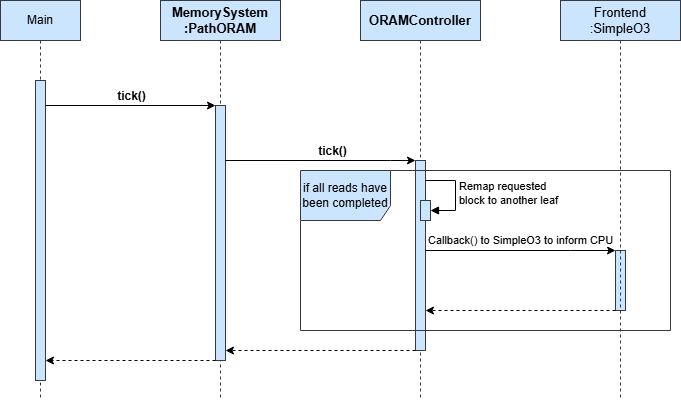
Earlier version of the draw.io export diagrams/SD_PathORAM_ProcessRequest_ReadingDone.drawio.png (emanueledim/ramulator2_pathoram). Source tidied: cells renumbered, new cells last; positions are measured from the earlier drawing's top-left corner, leaving out a move shared by most shapes. Its diagram source:
```xml
<mxGraphModel>
  <root>
    <mxCell id="0" />
    <mxCell id="1" parent="0" />
    <mxCell id="2" value="Main" style="shape=umlLifeline;perimeter=lifelinePerimeter;whiteSpace=wrap;html=1;newEdgeStyle={&quot;curved&quot;:0,&quot;rounded&quot;:0};fillColor=#cce5ff;strokeColor=#36393d;" parent="1" vertex="1">
      <mxGeometry width="80" height="400" as="geometry" />
    </mxCell>
    <mxCell id="3" style="html=1;points=[[0,0,0,0,5],[0,1,0,0,-5],[1,0,0,0,5],[1,1,0,0,-5]];perimeter=orthogonalPerimeter;outlineConnect=0;targetShapes=umlLifeline;portConstraint=eastwest;newEdgeStyle={&quot;curved&quot;:0,&quot;rounded&quot;:0};fillColor=#cce5ff;strokeColor=#36393d;fontSize=13;" parent="2" vertex="1">
      <mxGeometry x="35" y="80" width="10" height="300" as="geometry" />
    </mxCell>
    <mxCell id="4" value="MemorySystem&lt;br&gt;:PathORAM" style="shape=umlLifeline;perimeter=lifelinePerimeter;whiteSpace=wrap;html=1;newEdgeStyle={&quot;curved&quot;:0,&quot;rounded&quot;:0};fillColor=#cce5ff;strokeColor=#36393d;fontSize=13;fontStyle=1;" parent="1" vertex="1">
      <mxGeometry x="160" width="120" height="400" as="geometry" />
    </mxCell>
    <mxCell id="5" style="html=1;points=[[0,0,0,0,5],[0,1,0,0,-5],[1,0,0,0,5],[1,1,0,0,-5]];perimeter=orthogonalPerimeter;outlineConnect=0;targetShapes=umlLifeline;portConstraint=eastwest;newEdgeStyle={&quot;curved&quot;:0,&quot;rounded&quot;:0};fillColor=#cce5ff;strokeColor=#36393d;fontSize=13;" parent="4" vertex="1">
      <mxGeometry x="55" y="105" width="10" height="255" as="geometry" />
    </mxCell>
    <mxCell id="6" style="edgeStyle=orthogonalEdgeStyle;rounded=0;orthogonalLoop=1;jettySize=auto;html=1;curved=0;fontSize=13;entryX=0;entryY=0;entryDx=0;entryDy=5;entryPerimeter=0;" parent="1" edge="1">
      <mxGeometry relative="1" as="geometry">
        <mxPoint x="45" y="105" as="sourcePoint" />
        <mxPoint x="215" y="105" as="targetPoint" />
      </mxGeometry>
    </mxCell>
    <mxCell id="7" value="tick()" style="edgeLabel;html=1;align=center;verticalAlign=middle;fontSize=12;fontStyle=1;" parent="6" vertex="1">
      <mxGeometry x="-0.22" y="1" relative="1" as="geometry">
        <mxPoint x="19" y="-9" as="offset" />
      </mxGeometry>
    </mxCell>
    <mxCell id="8" value="ORAMController" style="shape=umlLifeline;perimeter=lifelinePerimeter;whiteSpace=wrap;html=1;newEdgeStyle={&quot;curved&quot;:0,&quot;rounded&quot;:0};fillColor=#cce5ff;strokeColor=#36393d;fontSize=13;fontStyle=1;" parent="1" vertex="1">
      <mxGeometry x="360" width="120" height="400" as="geometry" />
    </mxCell>
    <mxCell id="9" style="html=1;points=[[0,0,0,0,5],[0,1,0,0,-5],[1,0,0,0,5],[1,1,0,0,-5]];perimeter=orthogonalPerimeter;outlineConnect=0;targetShapes=umlLifeline;portConstraint=eastwest;newEdgeStyle={&quot;curved&quot;:0,&quot;rounded&quot;:0};fillColor=#cce5ff;strokeColor=#36393d;fontSize=13;" parent="8" vertex="1">
      <mxGeometry x="55" y="160" width="10" height="190" as="geometry" />
    </mxCell>
    <mxCell id="10" style="html=1;points=[[0,0,0,0,5],[0,1,0,0,-5],[1,0,0,0,5],[1,1,0,0,-5]];perimeter=orthogonalPerimeter;outlineConnect=0;targetShapes=umlLifeline;portConstraint=eastwest;newEdgeStyle={&quot;curved&quot;:0,&quot;rounded&quot;:0};fillColor=#cce5ff;strokeColor=#36393d;" parent="8" vertex="1">
      <mxGeometry x="60" y="200" width="10" height="20" as="geometry" />
    </mxCell>
    <mxCell id="11" value="Remap requested&lt;br&gt;block to another leaf" style="html=1;align=left;spacingLeft=2;endArrow=block;rounded=0;edgeStyle=orthogonalEdgeStyle;curved=0;rounded=0;" parent="8" edge="1" target="10">
      <mxGeometry relative="1" as="geometry">
        <mxPoint x="65" y="180" as="sourcePoint" />
        <Array as="points">
          <mxPoint x="95" y="210" />
        </Array>
      </mxGeometry>
    </mxCell>
    <mxCell id="12" style="edgeStyle=orthogonalEdgeStyle;rounded=0;jettySize=auto;html=1;curved=0;fontSize=13;" parent="8" edge="1" target="9">
      <mxGeometry relative="1" as="geometry">
        <mxPoint x="-135" y="160" as="sourcePoint" />
        <Array as="points">
          <mxPoint x="30" y="160" />
          <mxPoint x="30" y="160" />
        </Array>
      </mxGeometry>
    </mxCell>
    <mxCell id="13" value="tick()" style="edgeLabel;html=1;align=center;verticalAlign=middle;fontSize=12;fontStyle=1;" parent="12" vertex="1">
      <mxGeometry x="-0.19" y="1" relative="1" as="geometry">
        <mxPoint x="29" y="-9" as="offset" />
      </mxGeometry>
    </mxCell>
    <mxCell id="14" style="edgeStyle=orthogonalEdgeStyle;rounded=0;jettySize=auto;html=1;curved=0;dashed=1;" parent="8" edge="1" source="9">
      <mxGeometry relative="1" as="geometry">
        <mxPoint x="-135" y="350" as="targetPoint" />
        <Array as="points">
          <mxPoint x="-40" y="350" />
          <mxPoint x="-40" y="350" />
        </Array>
      </mxGeometry>
    </mxCell>
    <mxCell id="15" value="if all reads have been completed" style="shape=umlFrame;whiteSpace=wrap;html=1;width=90;height=50;fillColor=#cce5ff;strokeColor=#36393d;" parent="8" vertex="1">
      <mxGeometry x="-60" y="170" width="370" height="160" as="geometry" />
    </mxCell>
    <mxCell id="16" style="html=1;points=[[0,0,0,0,5],[0,1,0,0,-5],[1,0,0,0,5],[1,1,0,0,-5]];perimeter=orthogonalPerimeter;outlineConnect=0;targetShapes=umlLifeline;portConstraint=eastwest;newEdgeStyle={&quot;curved&quot;:0,&quot;rounded&quot;:0};fillColor=#cce5ff;strokeColor=#36393d;" parent="8" vertex="1">
      <mxGeometry x="255" y="250" width="10" height="60" as="geometry" />
    </mxCell>
    <mxCell id="17" value="Callback() to SimpleO3 to inform CPU" style="edgeStyle=orthogonalEdgeStyle;rounded=0;jettySize=auto;html=1;curved=0;" parent="8" edge="1" source="9" target="16">
      <mxGeometry y="10" relative="1" as="geometry">
        <Array as="points">
          <mxPoint x="210" y="250" />
          <mxPoint x="210" y="250" />
        </Array>
      </mxGeometry>
    </mxCell>
    <mxCell id="18" style="edgeStyle=orthogonalEdgeStyle;rounded=0;jettySize=auto;html=1;curved=0;dashed=1;" parent="8" edge="1" source="16" target="9">
      <mxGeometry relative="1" as="geometry">
        <Array as="points">
          <mxPoint x="170" y="310" />
          <mxPoint x="170" y="310" />
        </Array>
      </mxGeometry>
    </mxCell>
    <mxCell id="19" style="edgeStyle=orthogonalEdgeStyle;rounded=0;jettySize=auto;html=1;curved=0;dashed=1;" parent="1" edge="1" source="5" target="3">
      <mxGeometry relative="1" as="geometry">
        <Array as="points">
          <mxPoint x="180" y="360" />
          <mxPoint x="180" y="360" />
        </Array>
      </mxGeometry>
    </mxCell>
    <mxCell id="20" value="Frontend&lt;br&gt;:SimpleO3" style="shape=umlLifeline;perimeter=lifelinePerimeter;whiteSpace=wrap;html=1;newEdgeStyle={&quot;curved&quot;:0,&quot;rounded&quot;:0};fillColor=#cce5ff;strokeColor=#36393d;fontSize=13;" parent="1" vertex="1">
      <mxGeometry x="560" width="120" height="400" as="geometry" />
    </mxCell>
  </root>
</mxGraphModel>
```
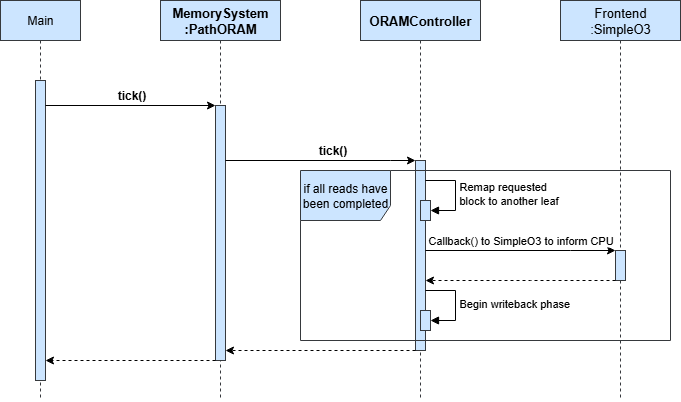
The same diagram one commit later.

What changed in the source:
```diff
@@ -2,6 +2,9 @@
   <root>
     <mxCell id="0" />
     <mxCell id="1" parent="0" />
+    <mxCell id="20" value="Frontend&lt;br&gt;:SimpleO3" style="shape=umlLifeline;perimeter=lifelinePerimeter;whiteSpace=wrap;html=1;newEdgeStyle={&quot;curved&quot;:0,&quot;rounded&quot;:0};fillColor=#cce5ff;strokeColor=#36393d;fontSize=13;" parent="1" vertex="1">
+      <mxGeometry x="560" width="120" height="400" as="geometry" />
+    </mxCell>
     <mxCell id="2" value="Main" style="shape=umlLifeline;perimeter=lifelinePerimeter;whiteSpace=wrap;html=1;newEdgeStyle={&quot;curved&quot;:0,&quot;rounded&quot;:0};fillColor=#cce5ff;strokeColor=#36393d;" parent="1" vertex="1">
       <mxGeometry width="80" height="400" as="geometry" />
     </mxCell>
@@ -14,17 +17,17 @@
     <mxCell id="5" style="html=1;points=[[0,0,0,0,5],[0,1,0,0,-5],[1,0,0,0,5],[1,1,0,0,-5]];perimeter=orthogonalPerimeter;outlineConnect=0;targetShapes=umlLifeline;portConstraint=eastwest;newEdgeStyle={&quot;curved&quot;:0,&quot;rounded&quot;:0};fillColor=#cce5ff;strokeColor=#36393d;fontSize=13;" parent="4" vertex="1">
       <mxGeometry x="55" y="105" width="10" height="255" as="geometry" />
     </mxCell>
-    <mxCell id="6" style="edgeStyle=orthogonalEdgeStyle;rounded=0;orthogonalLoop=1;jettySize=auto;html=1;curved=0;fontSize=13;entryX=0;entryY=0;entryDx=0;entryDy=5;entryPerimeter=0;" parent="1" edge="1">
-      <mxGeometry relative="1" as="geometry">
-        <mxPoint x="45" y="105" as="sourcePoint" />
-        <mxPoint x="215" y="105" as="targetPoint" />
-      </mxGeometry>
-    </mxCell>
-    <mxCell id="7" value="tick()" style="edgeLabel;html=1;align=center;verticalAlign=middle;fontSize=12;fontStyle=1;" parent="6" vertex="1">
-      <mxGeometry x="-0.22" y="1" relative="1" as="geometry">
-        <mxPoint x="19" y="-9" as="offset" />
-      </mxGeometry>
-    </mxCell>
+    <mxCell id="21" style="edgeStyle=orthogonalEdgeStyle;rounded=0;orthogonalLoop=1;jettySize=auto;html=1;curved=0;fontSize=13;entryX=0;entryY=0;entryDx=0;entryDy=5;entryPerimeter=0;" parent="1" edge="1">
+      <mxGeometry relative="1" as="geometry">
+        <mxPoint x="45" y="105" as="sourcePoint" />
+        <mxPoint x="215" y="105" as="targetPoint" />
+      </mxGeometry>
+    </mxCell>
+    <mxCell id="22" value="tick()" style="edgeLabel;html=1;align=center;verticalAlign=middle;fontSize=12;fontStyle=1;" parent="21" vertex="1">
+      <mxGeometry x="-0.22" y="1" relative="1" as="geometry">
+        <mxPoint x="19" y="-9" as="offset" />
+      </mxGeometry>
+    </mxCell>
     <mxCell id="8" value="ORAMController" style="shape=umlLifeline;perimeter=lifelinePerimeter;whiteSpace=wrap;html=1;newEdgeStyle={&quot;curved&quot;:0,&quot;rounded&quot;:0};fillColor=#cce5ff;strokeColor=#36393d;fontSize=13;fontStyle=1;" parent="1" vertex="1">
       <mxGeometry x="360" width="120" height="400" as="geometry" />
     </mxCell>
@@ -42,36 +45,36 @@
         </Array>
       </mxGeometry>
     </mxCell>
-    <mxCell id="12" style="edgeStyle=orthogonalEdgeStyle;rounded=0;jettySize=auto;html=1;curved=0;fontSize=13;" parent="8" edge="1" target="9">
-      <mxGeometry relative="1" as="geometry">
-        <mxPoint x="-135" y="160" as="sourcePoint" />
-        <Array as="points">
-          <mxPoint x="30" y="160" />
-          <mxPoint x="30" y="160" />
-        </Array>
-      </mxGeometry>
-    </mxCell>
-    <mxCell id="13" value="tick()" style="edgeLabel;html=1;align=center;verticalAlign=middle;fontSize=12;fontStyle=1;" parent="12" vertex="1">
-      <mxGeometry x="-0.19" y="1" relative="1" as="geometry">
-        <mxPoint x="29" y="-9" as="offset" />
-      </mxGeometry>
-    </mxCell>
-    <mxCell id="14" style="edgeStyle=orthogonalEdgeStyle;rounded=0;jettySize=auto;html=1;curved=0;dashed=1;" parent="8" edge="1" source="9">
-      <mxGeometry relative="1" as="geometry">
-        <mxPoint x="-135" y="350" as="targetPoint" />
-        <Array as="points">
-          <mxPoint x="-40" y="350" />
-          <mxPoint x="-40" y="350" />
-        </Array>
-      </mxGeometry>
-    </mxCell>
+    <mxCell id="23" style="edgeStyle=orthogonalEdgeStyle;rounded=0;jettySize=auto;html=1;curved=0;fontSize=13;" parent="8" edge="1" target="9">
+      <mxGeometry relative="1" as="geometry">
+        <mxPoint x="-135" y="160" as="sourcePoint" />
+        <Array as="points">
+          <mxPoint x="30" y="160" />
+          <mxPoint x="30" y="160" />
+        </Array>
+      </mxGeometry>
+    </mxCell>
+    <mxCell id="24" value="tick()" style="edgeLabel;html=1;align=center;verticalAlign=middle;fontSize=12;fontStyle=1;" parent="23" vertex="1">
+      <mxGeometry x="-0.19" y="1" relative="1" as="geometry">
+        <mxPoint x="29" y="-9" as="offset" />
+      </mxGeometry>
+    </mxCell>
+    <mxCell id="25" style="edgeStyle=orthogonalEdgeStyle;rounded=0;jettySize=auto;html=1;curved=0;dashed=1;" parent="8" edge="1" source="9">
+      <mxGeometry relative="1" as="geometry">
+        <mxPoint x="-135" y="350" as="targetPoint" />
+        <Array as="points">
+          <mxPoint x="-40" y="350" />
+          <mxPoint x="-40" y="350" />
+        </Array>
+      </mxGeometry>
+    </mxCell>
     <mxCell id="15" value="if all reads have been completed" style="shape=umlFrame;whiteSpace=wrap;html=1;width=90;height=50;fillColor=#cce5ff;strokeColor=#36393d;" parent="8" vertex="1">
-      <mxGeometry x="-60" y="170" width="370" height="160" as="geometry" />
+      <mxGeometry x="-60" y="170" width="370" height="170" as="geometry" />
     </mxCell>
-    <mxCell id="16" style="html=1;points=[[0,0,0,0,5],[0,1,0,0,-5],[1,0,0,0,5],[1,1,0,0,-5]];perimeter=orthogonalPerimeter;outlineConnect=0;targetShapes=umlLifeline;portConstraint=eastwest;newEdgeStyle={&quot;curved&quot;:0,&quot;rounded&quot;:0};fillColor=#cce5ff;strokeColor=#36393d;" parent="8" vertex="1">
-      <mxGeometry x="255" y="250" width="10" height="60" as="geometry" />
-    </mxCell>
+    <mxCell id="26" style="html=1;points=[[0,0,0,0,5],[0,1,0,0,-5],[1,0,0,0,5],[1,1,0,0,-5]];perimeter=orthogonalPerimeter;outlineConnect=0;targetShapes=umlLifeline;portConstraint=eastwest;newEdgeStyle={&quot;curved&quot;:0,&quot;rounded&quot;:0};fillColor=#cce5ff;strokeColor=#36393d;" parent="8" vertex="1">
+      <mxGeometry x="255" y="250" width="10" height="30" as="geometry" />
+    </mxCell>
-    <mxCell id="17" value="Callback() to SimpleO3 to inform CPU" style="edgeStyle=orthogonalEdgeStyle;rounded=0;jettySize=auto;html=1;curved=0;" parent="8" edge="1" source="9" target="16">
+    <mxCell id="17" value="Callback() to SimpleO3 to inform CPU" style="edgeStyle=orthogonalEdgeStyle;rounded=0;jettySize=auto;html=1;curved=0;" parent="8" edge="1" source="9" target="26">
       <mxGeometry y="10" relative="1" as="geometry">
         <Array as="points">
           <mxPoint x="210" y="250" />
@@ -79,14 +82,25 @@
         </Array>
       </mxGeometry>
     </mxCell>
-    <mxCell id="18" style="edgeStyle=orthogonalEdgeStyle;rounded=0;jettySize=auto;html=1;curved=0;dashed=1;" parent="8" edge="1" source="16" target="9">
-      <mxGeometry relative="1" as="geometry">
-        <Array as="points">
-          <mxPoint x="170" y="310" />
-          <mxPoint x="170" y="310" />
-        </Array>
-      </mxGeometry>
-    </mxCell>
+    <mxCell id="27" style="edgeStyle=orthogonalEdgeStyle;rounded=0;jettySize=auto;html=1;curved=0;dashed=1;" parent="8" edge="1" source="26" target="9">
+      <mxGeometry relative="1" as="geometry">
+        <Array as="points">
+          <mxPoint x="170" y="280" />
+          <mxPoint x="170" y="280" />
+        </Array>
+      </mxGeometry>
+    </mxCell>
+    <mxCell id="28" style="html=1;points=[[0,0,0,0,5],[0,1,0,0,-5],[1,0,0,0,5],[1,1,0,0,-5]];perimeter=orthogonalPerimeter;outlineConnect=0;targetShapes=umlLifeline;portConstraint=eastwest;newEdgeStyle={&quot;curved&quot;:0,&quot;rounded&quot;:0};fillColor=#cce5ff;strokeColor=#36393d;" parent="8" vertex="1">
+      <mxGeometry x="60" y="310" width="10" height="20" as="geometry" />
+    </mxCell>
+    <mxCell id="29" value="Begin writeback phase" style="html=1;align=left;spacingLeft=2;endArrow=block;rounded=0;edgeStyle=orthogonalEdgeStyle;curved=0;rounded=0;" parent="8" edge="1" target="28">
+      <mxGeometry relative="1" as="geometry">
+        <mxPoint x="65" y="290" as="sourcePoint" />
+        <Array as="points">
+          <mxPoint x="95" y="320" />
+        </Array>
+      </mxGeometry>
+    </mxCell>
     <mxCell id="19" style="edgeStyle=orthogonalEdgeStyle;rounded=0;jettySize=auto;html=1;curved=0;dashed=1;" parent="1" edge="1" source="5" target="3">
       <mxGeometry relative="1" as="geometry">
         <Array as="points">
@@ -95,8 +109,5 @@
         </Array>
       </mxGeometry>
     </mxCell>
-    <mxCell id="20" value="Frontend&lt;br&gt;:SimpleO3" style="shape=umlLifeline;perimeter=lifelinePerimeter;whiteSpace=wrap;html=1;newEdgeStyle={&quot;curved&quot;:0,&quot;rounded&quot;:0};fillColor=#cce5ff;strokeColor=#36393d;fontSize=13;" parent="1" vertex="1">
-      <mxGeometry x="560" width="120" height="400" as="geometry" />
-    </mxCell>
   </root>
 </mxGraphModel>
```
